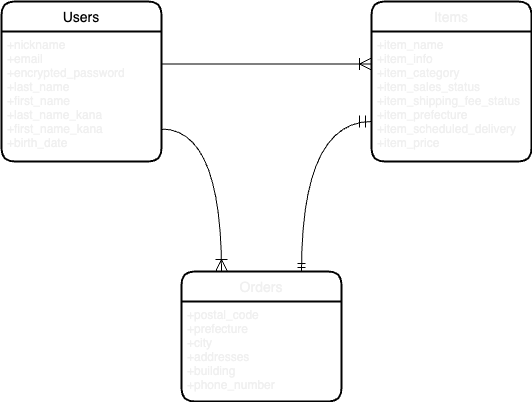
Before: DB_ER.png, a diagram exported from draw.io (m-miyashige/furima-kagawa2023-mimaka). Source tidied: cells renumbered, new cells last; positions are measured from the earlier drawing's top-left corner, leaving out a move shared by most shapes. Source of this version:
```xml
<mxGraphModel>
  <root>
    <mxCell id="0" />
    <mxCell id="1" parent="0" />
    <mxCell id="2" value="Users" style="swimlane;horizontal=1;startSize=30;rounded=1;fontSize=14;fontStyle=0;strokeWidth=2;shadow=0;dashed=0;align=center;" parent="1" vertex="1">
      <mxGeometry width="160" height="160" as="geometry" />
    </mxCell>
    <mxCell id="3" value="+nickname&#10;+email&#10;+encrypted_password&#10;+last_name&#10;+first_name&#10;+last_name_kana&#10;+first_name_kana&#10;+birth_date" style="align=left;strokeColor=none;fillColor=none;spacingLeft=4;fontSize=12;verticalAlign=top;fontColor=#F0F0F0;" parent="2" vertex="1">
      <mxGeometry y="30" width="160" height="130" as="geometry" />
    </mxCell>
    <mxCell id="4" value="Items" style="swimlane;horizontal=1;startSize=30;rounded=1;fontSize=14;fontStyle=0;strokeWidth=2;shadow=0;dashed=0;align=center;fontColor=#F0F0F0;" parent="1" vertex="1">
      <mxGeometry x="370" width="160" height="160" as="geometry" />
    </mxCell>
    <mxCell id="5" value="+item_name&#10;+item_info&#10;+item_category&#10;+item_sales_status &#10;+item_shipping_fee_status&#10;+item_prefecture&#10;+item_scheduled_delivery&#10;+item_price" style="align=left;strokeColor=none;fillColor=none;spacingLeft=4;fontSize=12;verticalAlign=top;fontColor=#F0F0F0;" parent="4" vertex="1">
      <mxGeometry y="30" width="160" height="130" as="geometry" />
    </mxCell>
    <mxCell id="6" style="fontSize=12;html=1;endArrow=ERoneToMany;fontColor=#F0F0F0;exitX=1;exitY=0.25;exitDx=0;exitDy=0;entryX=0;entryY=0.25;entryDx=0;entryDy=0;verticalAlign=middle;edgeStyle=entityRelationEdgeStyle;endSize=10;" parent="1" edge="1" source="3" target="5">
      <mxGeometry relative="1" as="geometry" />
    </mxCell>
    <mxCell id="7" value="Orders" style="swimlane;horizontal=1;startSize=30;rounded=1;fontSize=14;fontStyle=0;strokeWidth=2;shadow=0;dashed=0;align=center;fontColor=#F0F0F0;" parent="1" vertex="1">
      <mxGeometry x="180" y="270" width="160" height="130" as="geometry" />
    </mxCell>
    <mxCell id="8" value="+postal_code&#10;+prefecture&#10;+city &#10;+addresses&#10;+building &#10;+phone_number&#10;" style="align=left;strokeColor=none;fillColor=none;spacingLeft=4;fontSize=12;verticalAlign=top;fontColor=#F0F0F0;" parent="7" vertex="1">
      <mxGeometry y="30" width="160" height="100" as="geometry" />
    </mxCell>
    <mxCell id="9" style="edgeStyle=orthogonalEdgeStyle;fontSize=12;html=1;endArrow=ERoneToMany;fontColor=#F0F0F0;exitX=1;exitY=0.75;exitDx=0;exitDy=0;curved=1;entryX=0.25;entryY=0;entryDx=0;entryDy=0;endSize=10;" parent="1" edge="1" source="3" target="7">
      <mxGeometry relative="1" as="geometry" />
    </mxCell>
    <mxCell id="10" style="edgeStyle=orthogonalEdgeStyle;fontSize=12;html=1;endArrow=ERmandOne;startArrow=ERmandOne;fontColor=#F0F0F0;endSize=10;curved=1;entryX=0;entryY=0.75;entryDx=0;entryDy=0;exitX=0.75;exitY=0;exitDx=0;exitDy=0;" parent="1" edge="1" source="7" target="4">
      <mxGeometry relative="1" as="geometry" />
    </mxCell>
  </root>
</mxGraphModel>
```
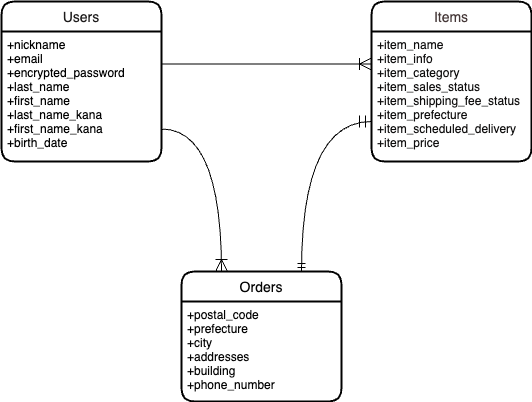
After the change.

What changed in the source:
```diff
@@ -2,25 +2,25 @@
   <root>
     <mxCell id="0" />
     <mxCell id="1" parent="0" />
-    <mxCell id="2" value="Users" style="swimlane;horizontal=1;startSize=30;rounded=1;fontSize=14;fontStyle=0;strokeWidth=2;shadow=0;dashed=0;align=center;" parent="1" vertex="1">
+    <mxCell id="2" value="Users" style="swimlane;horizontal=1;startSize=30;rounded=1;fontSize=14;fontStyle=0;strokeWidth=2;shadow=0;dashed=0;align=center;fontColor=#1d1b1b;" parent="1" vertex="1">
       <mxGeometry width="160" height="160" as="geometry" />
     </mxCell>
-    <mxCell id="3" value="+nickname&#10;+email&#10;+encrypted_password&#10;+last_name&#10;+first_name&#10;+last_name_kana&#10;+first_name_kana&#10;+birth_date" style="align=left;strokeColor=none;fillColor=none;spacingLeft=4;fontSize=12;verticalAlign=top;fontColor=#F0F0F0;" parent="2" vertex="1">
+    <mxCell id="3" value="+nickname&#10;+email&#10;+encrypted_password&#10;+last_name&#10;+first_name&#10;+last_name_kana&#10;+first_name_kana&#10;+birth_date" style="align=left;strokeColor=none;fillColor=none;spacingLeft=4;fontSize=12;verticalAlign=top;fontColor=#000000;" parent="2" vertex="1">
       <mxGeometry y="30" width="160" height="130" as="geometry" />
     </mxCell>
-    <mxCell id="4" value="Items" style="swimlane;horizontal=1;startSize=30;rounded=1;fontSize=14;fontStyle=0;strokeWidth=2;shadow=0;dashed=0;align=center;fontColor=#F0F0F0;" parent="1" vertex="1">
+    <mxCell id="4" value="Items" style="swimlane;horizontal=1;startSize=30;rounded=1;fontSize=14;fontStyle=0;strokeWidth=2;shadow=0;dashed=0;align=center;fontColor=#463939;" parent="1" vertex="1">
       <mxGeometry x="370" width="160" height="160" as="geometry" />
     </mxCell>
-    <mxCell id="5" value="+item_name&#10;+item_info&#10;+item_category&#10;+item_sales_status &#10;+item_shipping_fee_status&#10;+item_prefecture&#10;+item_scheduled_delivery&#10;+item_price" style="align=left;strokeColor=none;fillColor=none;spacingLeft=4;fontSize=12;verticalAlign=top;fontColor=#F0F0F0;" parent="4" vertex="1">
+    <mxCell id="5" value="+item_name&#10;+item_info&#10;+item_category&#10;+item_sales_status &#10;+item_shipping_fee_status&#10;+item_prefecture&#10;+item_scheduled_delivery&#10;+item_price" style="align=left;strokeColor=none;fillColor=none;spacingLeft=4;fontSize=12;verticalAlign=top;fontColor=#100f0f;" parent="4" vertex="1">
       <mxGeometry y="30" width="160" height="130" as="geometry" />
     </mxCell>
     <mxCell id="6" style="fontSize=12;html=1;endArrow=ERoneToMany;fontColor=#F0F0F0;exitX=1;exitY=0.25;exitDx=0;exitDy=0;entryX=0;entryY=0.25;entryDx=0;entryDy=0;verticalAlign=middle;edgeStyle=entityRelationEdgeStyle;endSize=10;" parent="1" edge="1" source="3" target="5">
       <mxGeometry relative="1" as="geometry" />
     </mxCell>
-    <mxCell id="7" value="Orders" style="swimlane;horizontal=1;startSize=30;rounded=1;fontSize=14;fontStyle=0;strokeWidth=2;shadow=0;dashed=0;align=center;fontColor=#F0F0F0;" parent="1" vertex="1">
+    <mxCell id="7" value="Orders" style="swimlane;horizontal=1;startSize=30;rounded=1;fontSize=14;fontStyle=0;strokeWidth=2;shadow=0;dashed=0;align=center;fontColor=#050505;" parent="1" vertex="1">
       <mxGeometry x="180" y="270" width="160" height="130" as="geometry" />
     </mxCell>
-    <mxCell id="8" value="+postal_code&#10;+prefecture&#10;+city &#10;+addresses&#10;+building &#10;+phone_number&#10;" style="align=left;strokeColor=none;fillColor=none;spacingLeft=4;fontSize=12;verticalAlign=top;fontColor=#F0F0F0;" parent="7" vertex="1">
+    <mxCell id="8" value="+postal_code&#10;+prefecture&#10;+city &#10;+addresses&#10;+building &#10;+phone_number&#10;" style="align=left;strokeColor=none;fillColor=none;spacingLeft=4;fontSize=12;verticalAlign=top;fontColor=#040404;" parent="7" vertex="1">
       <mxGeometry y="30" width="160" height="100" as="geometry" />
     </mxCell>
     <mxCell id="9" style="edgeStyle=orthogonalEdgeStyle;fontSize=12;html=1;endArrow=ERoneToMany;fontColor=#F0F0F0;exitX=1;exitY=0.75;exitDx=0;exitDy=0;curved=1;entryX=0.25;entryY=0;entryDx=0;entryDy=0;endSize=10;" parent="1" edge="1" source="3" target="7">
```
